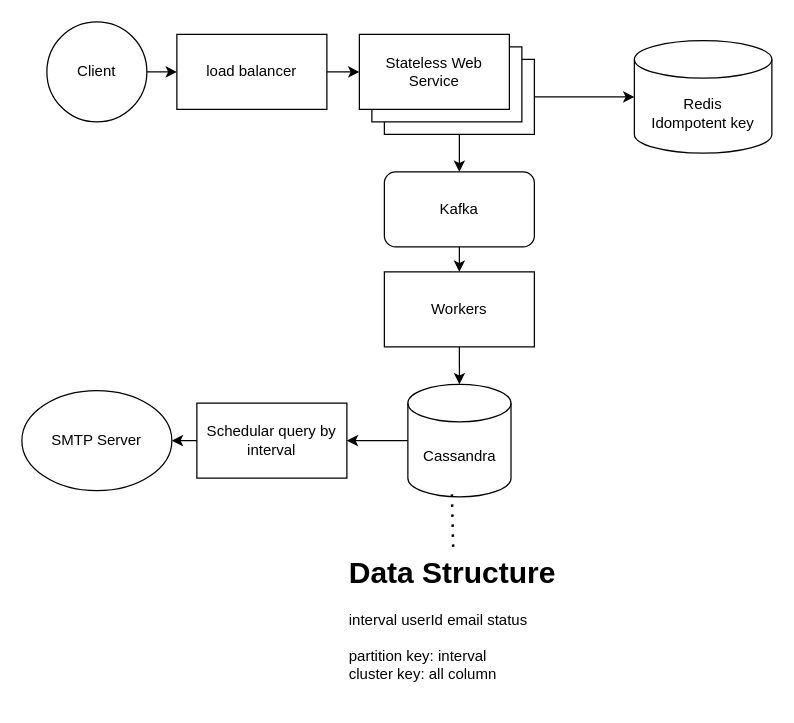
Above: SystemDesign1.drawio in DavidHePing/System_Design_Practice_NetSkope (draw.io), before the change. Source tidied: cells renumbered, new cells numbered last; positions are measured from the earlier drawing's top-left corner, leaving out a move shared by most shapes. Both pictures are drawn from the tidied source at 125%, with x=0, y=0 at pixel (21, 21).
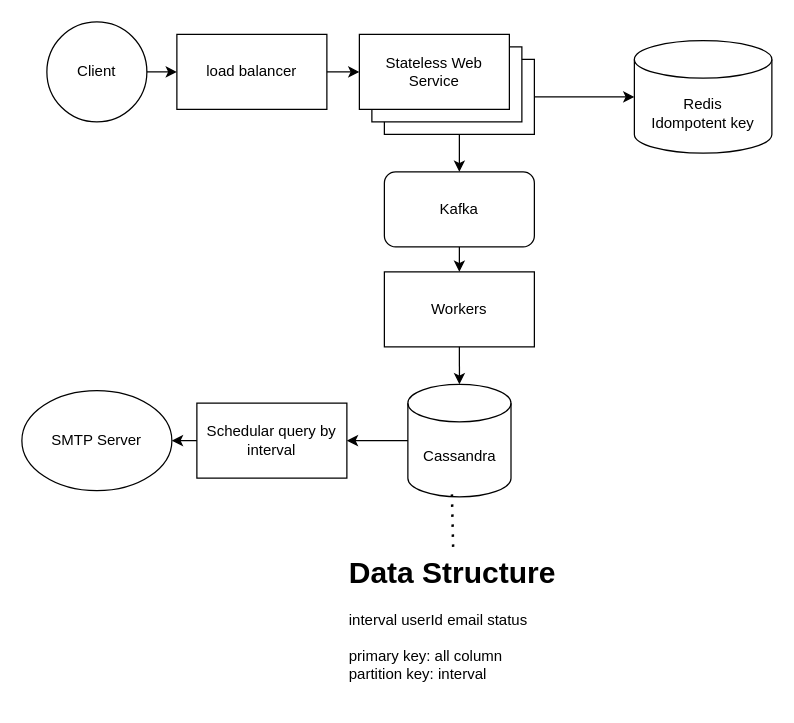
Above is the later version.

The edit, as a diff of the source:
```diff
@@
-    <mxCell id="22" value="&lt;h1 style=&quot;margin-top: 0px;&quot;&gt;Data Structure&lt;/h1&gt;&lt;div&gt;interval userId email status&lt;/div&gt;&lt;div&gt;&lt;br&gt;&lt;/div&gt;&lt;div&gt;partition key: interval&lt;/div&gt;&lt;div&gt;cluster key: all column&lt;/div&gt;" style="text;html=1;whiteSpace=wrap;overflow=hidden;rounded=0;" parent="1" vertex="1">
+    <mxCell id="22" value="&lt;h1 style=&quot;margin-top: 0px;&quot;&gt;Data Structure&lt;/h1&gt;&lt;div&gt;interval userId email status&lt;/div&gt;&lt;div&gt;&lt;br&gt;&lt;/div&gt;&lt;div&gt;primary key: all column&lt;/div&gt;&lt;div&gt;partition key: interval&lt;br&gt;&lt;/div&gt;" style="text;html=1;whiteSpace=wrap;overflow=hidden;rounded=0;" parent="1" vertex="1">
       <mxGeometry x="260" y="420" width="170" height="120" as="geometry" />
     </mxCell>
```
